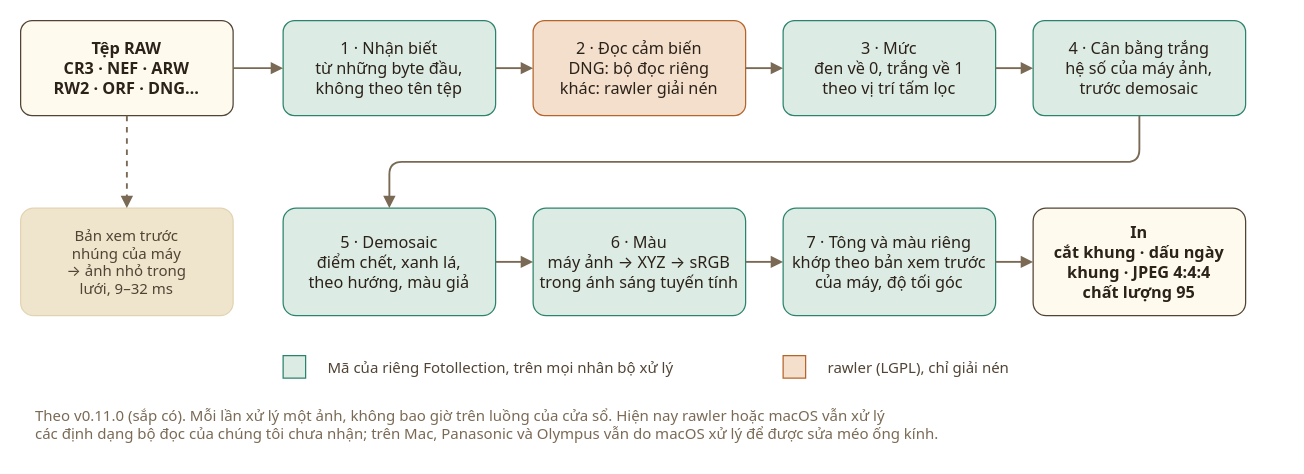
Earlier version of the draw.io diagram page "VI" (2 of 2) of docs/diagrams/raw-develop.drawio (hoangphi01/fotollection). Source tidied: cells renumbered, new cells numbered last; positions are measured from the earlier drawing's top-left corner, leaving out a move shared by most shapes. Both pictures are drawn from the tidied source at 125%, with x=0, y=0 at pixel (20, 20).
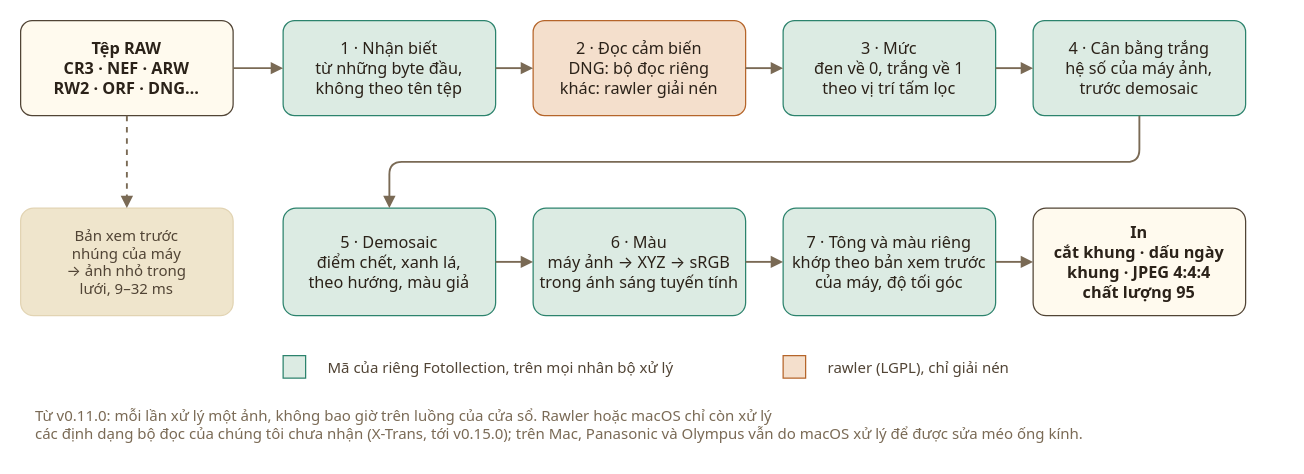
Above is the later version.

The edit, as a diff of the source:
```diff
@@
-    <mxCell id="25" value="Theo v0.11.0 (sắp có). Mỗi lần xử lý một ảnh, không bao giờ trên luồng của cửa sổ. Hiện nay rawler hoặc macOS vẫn xử lý&#10;các định dạng bộ đọc của chúng tôi chưa nhận; trên Mac, Panasonic và Olympus vẫn do macOS xử lý để được sửa méo ống kính." style="rounded=1;arcSize=12;whiteSpace=nowrap;html=0;fillColor=none;strokeColor=none;fontColor=#7a6a55;fontSize=12;fontFamily=system-ui,-apple-system,Segoe UI,sans-serif;align=left;verticalAlign=middle;spacingLeft=10;spacingRight=10;" parent="1" vertex="1">
+    <mxCell id="25" value="Từ v0.11.0: mỗi lần xử lý một ảnh, không bao giờ trên luồng của cửa sổ. Rawler hoặc macOS chỉ còn xử lý&#10;các định dạng bộ đọc của chúng tôi chưa nhận (X-Trans, tới v0.15.0); trên Mac, Panasonic và Olympus vẫn do macOS xử lý để được sửa méo ống kính." style="rounded=1;arcSize=12;whiteSpace=nowrap;html=0;fillColor=none;strokeColor=none;fontColor=#7a6a55;fontSize=12;fontFamily=system-ui,-apple-system,Segoe UI,sans-serif;align=left;verticalAlign=middle;spacingLeft=10;spacingRight=10;" parent="1" vertex="1">
       <mxGeometry y="300" width="1010" height="46" as="geometry" />
     </mxCell>
```
